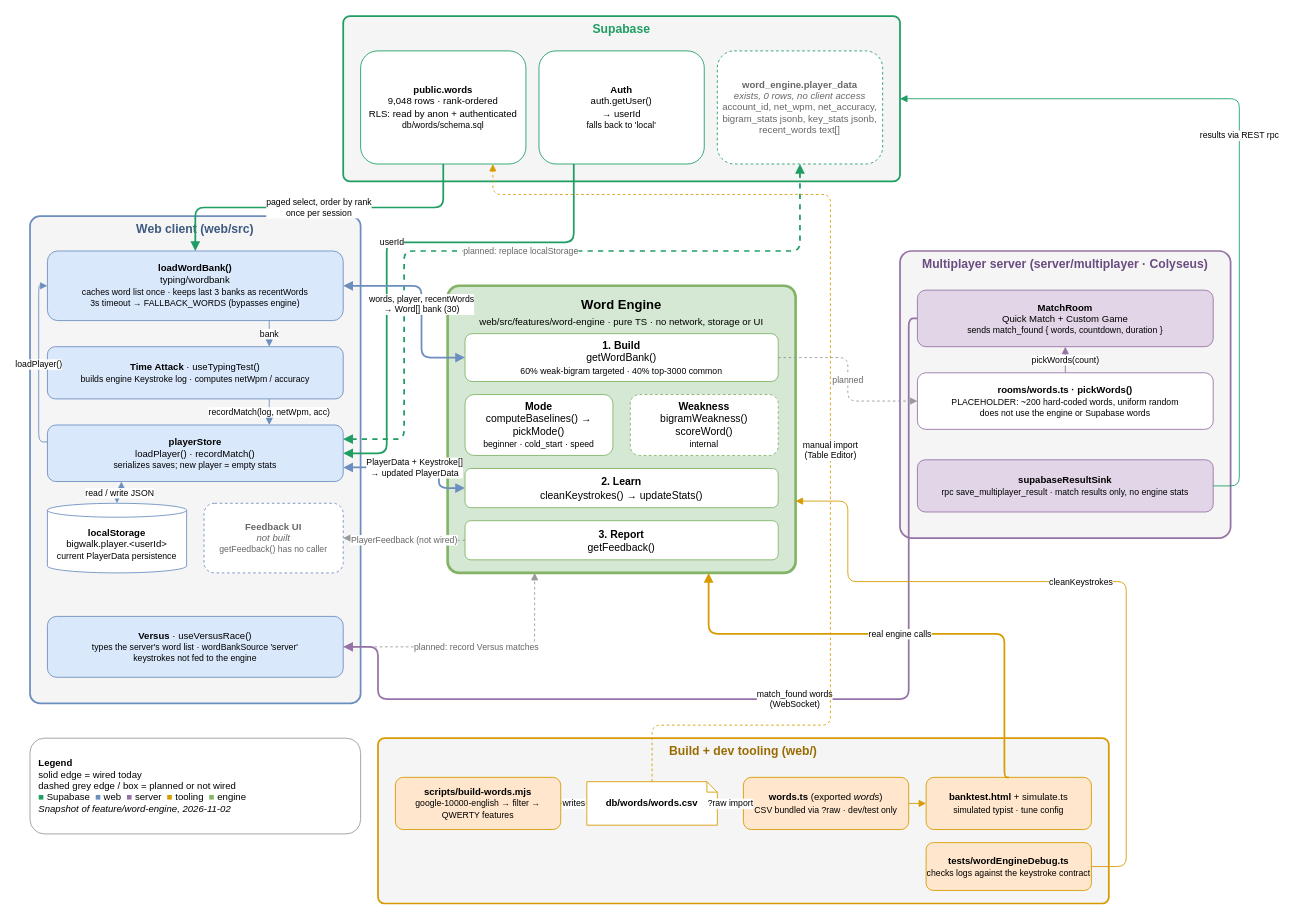
Earlier version of the draw.io diagram src/features/word-engine/word-engine-context.drawio (BigWalkGames/BigWalkProject). Source tidied: cells renumbered, new cells numbered last; positions are measured from the earlier drawing's top-left corner, leaving out a move shared by most shapes. Both pictures are drawn from the tidied source at 87%, with x=0, y=0 at pixel (30, 16).
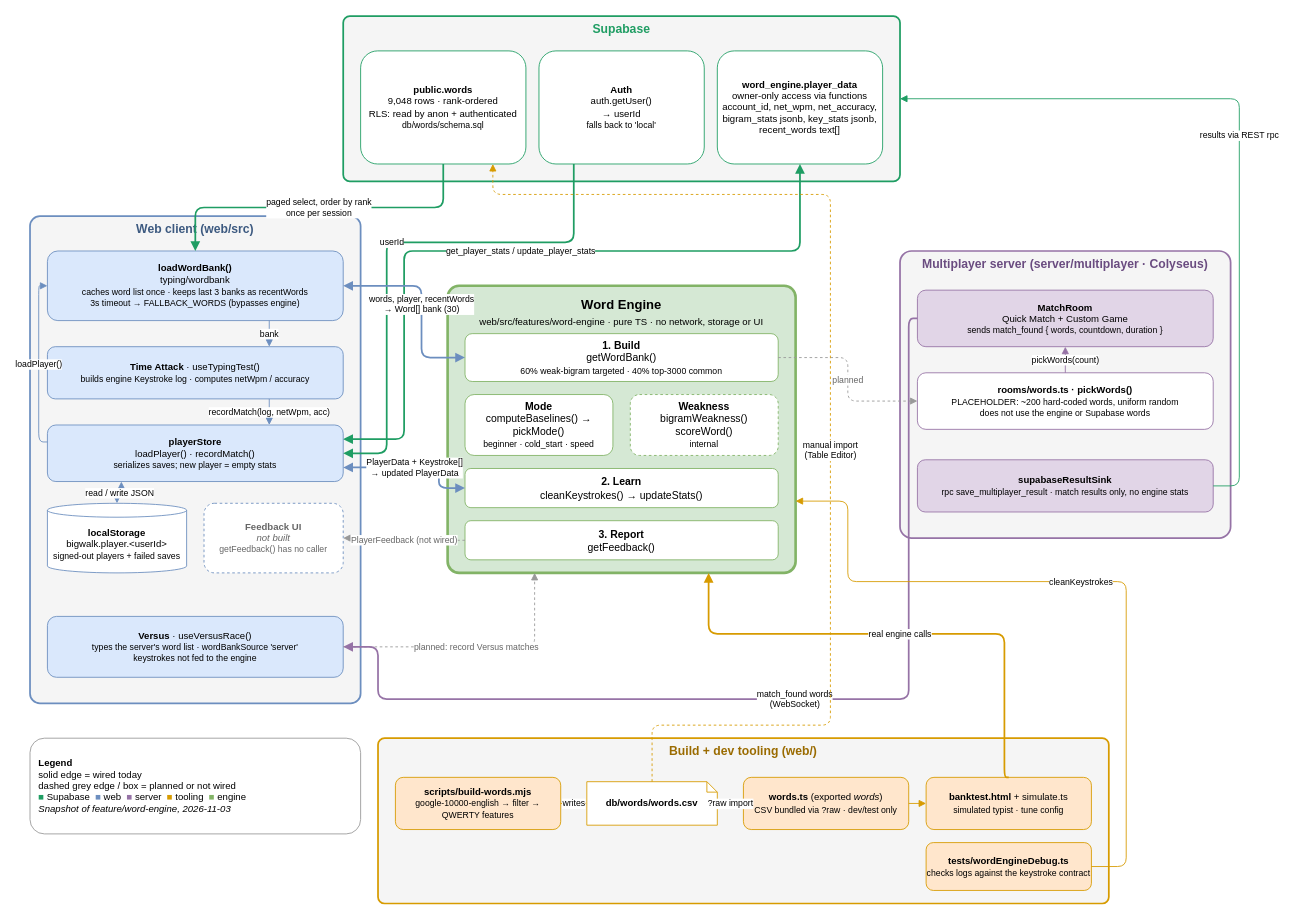
After the change.

Commit message (it also covers changes not shown here):
Members' net statistics now save to Supabase

Unchanged cells that the change refers to:
```xml
<mxCell id="8" value="Supabase" style="rounded=1;whiteSpace=wrap;html=1;arcSize=4;fillColor=#f5f5f5;strokeColor=#1F9D63;strokeWidth=2;verticalAlign=top;fontStyle=1;fontSize=14;fontColor=#1F9D63;" parent="1" vertex="1">
  <mxGeometry x="360" width="640" height="190" as="geometry" />
</mxCell>
<mxCell id="12" value="Web client (web/src)" style="rounded=1;whiteSpace=wrap;html=1;arcSize=3;fillColor=#f5f5f5;strokeColor=#6c8ebf;strokeWidth=2;verticalAlign=top;fontStyle=1;fontSize=14;fontColor=#3d5a80;" parent="1" vertex="1">
  <mxGeometry y="230" width="380" height="560" as="geometry" />
</mxCell>
<mxCell id="15" value="&lt;b&gt;playerStore&lt;/b&gt;&lt;br&gt;loadPlayer() · recordMatch()&lt;br&gt;&lt;font style=&quot;font-size:10px&quot;&gt;serializes saves; new player = empty stats&lt;/font&gt;" style="rounded=1;whiteSpace=wrap;html=1;fillColor=#dae8fc;strokeColor=#6c8ebf;fontSize=11;" parent="12" vertex="1">
  <mxGeometry x="20" y="240" width="340" height="65" as="geometry" />
</mxCell>
```

Diff of the diagram source:
```diff
@@
-    <mxCell id="11" value="&lt;b&gt;word_engine.player_data&lt;/b&gt;&lt;br&gt;&lt;i&gt;exists, 0 rows, no client access&lt;/i&gt;&lt;br&gt;account_id, net_wpm, net_accuracy,&lt;br&gt;bigram_stats jsonb, key_stats jsonb,&lt;br&gt;recent_words text[]" style="rounded=1;whiteSpace=wrap;html=1;fillColor=#ffffff;strokeColor=#1F9D63;fontSize=11;dashed=1;fontColor=#666666;" parent="8" vertex="1">
+    <mxCell id="11" value="&lt;b&gt;word_engine.player_data&lt;/b&gt;&lt;br&gt;owner-only access via functions&lt;br&gt;account_id, net_wpm, net_accuracy,&lt;br&gt;bigram_stats jsonb, key_stats jsonb,&lt;br&gt;recent_words text[]" style="rounded=1;whiteSpace=wrap;html=1;fillColor=#ffffff;strokeColor=#1F9D63;fontSize=11;" parent="8" vertex="1">
       <mxGeometry x="430" y="40" width="190" height="130" as="geometry" />
     </mxCell>
@@
-    <mxCell id="16" value="&lt;b&gt;localStorage&lt;/b&gt;&lt;br&gt;bigwalk.player.&amp;lt;userId&amp;gt;&lt;br&gt;&lt;font style=&quot;font-size:10px&quot;&gt;current PlayerData persistence&lt;/font&gt;" style="shape=cylinder3;whiteSpace=wrap;html=1;boundedLbl=1;backgroundOutline=1;size=8;fillColor=#ffffff;strokeColor=#6c8ebf;fontSize=11;" parent="12" vertex="1">
+    <mxCell id="16" value="&lt;b&gt;localStorage&lt;/b&gt;&lt;br&gt;bigwalk.player.&amp;lt;userId&amp;gt;&lt;br&gt;&lt;font style=&quot;font-size:10px&quot;&gt;signed-out players + failed saves&lt;/font&gt;" style="shape=cylinder3;whiteSpace=wrap;html=1;boundedLbl=1;backgroundOutline=1;size=8;fillColor=#ffffff;strokeColor=#6c8ebf;fontSize=11;" parent="12" vertex="1">
       <mxGeometry x="20" y="330" width="160" height="80" as="geometry" />
     </mxCell>
@@
-    <mxCell id="31" value="planned: replace localStorage" style="edgeStyle=orthogonalEdgeStyle;rounded=1;html=1;endArrow=block;startArrow=block;dashed=1;strokeColor=#1F9D63;strokeWidth=2;fontSize=10;labelBackgroundColor=#ffffff;fontColor=#666666;exitX=0.5;exitY=1;entryX=1;entryY=0.25;" parent="1" edge="1" source="11" target="15">
+    <mxCell id="31" value="get_player_stats / update_player_stats" style="edgeStyle=orthogonalEdgeStyle;rounded=1;html=1;endArrow=block;startArrow=block;strokeColor=#1F9D63;strokeWidth=2;fontSize=10;labelBackgroundColor=#ffffff;exitX=0.5;exitY=1;entryX=1;entryY=0.25;" parent="1" edge="1" source="11" target="15">
       <mxGeometry relative="1" as="geometry">
         <Array as="points">
           <mxPoint x="885" y="270" />
           <mxPoint x="430" y="270" />
           <mxPoint x="430" y="486" />
         </Array>
       </mxGeometry>
     </mxCell>
@@
-    <mxCell id="50" value="&lt;b&gt;Legend&lt;/b&gt;&lt;br&gt;solid edge = wired today&lt;br&gt;dashed grey edge / box = planned or not wired&lt;br&gt;&lt;span style=&quot;color:#1F9D63&quot;&gt;■&lt;/span&gt; Supabase &amp;nbsp;&lt;span style=&quot;color:#6c8ebf&quot;&gt;■&lt;/span&gt; web &amp;nbsp;&lt;span style=&quot;color:#9673a6&quot;&gt;■&lt;/span&gt; server &amp;nbsp;&lt;span style=&quot;color:#d79b00&quot;&gt;■&lt;/span&gt; tooling &amp;nbsp;&lt;span style=&quot;color:#82b366&quot;&gt;■&lt;/span&gt; engine&lt;br&gt;&lt;i&gt;Snapshot of feature/word-engine, 2026-11-02&lt;/i&gt;" style="rounded=1;whiteSpace=wrap;html=1;fillColor=#ffffff;strokeColor=#999999;align=left;spacingLeft=8;fontSize=11;" parent="1" vertex="1">
+    <mxCell id="50" value="&lt;b&gt;Legend&lt;/b&gt;&lt;br&gt;solid edge = wired today&lt;br&gt;dashed grey edge / box = planned or not wired&lt;br&gt;&lt;span style=&quot;color:#1F9D63&quot;&gt;■&lt;/span&gt; Supabase &amp;nbsp;&lt;span style=&quot;color:#6c8ebf&quot;&gt;■&lt;/span&gt; web &amp;nbsp;&lt;span style=&quot;color:#9673a6&quot;&gt;■&lt;/span&gt; server &amp;nbsp;&lt;span style=&quot;color:#d79b00&quot;&gt;■&lt;/span&gt; tooling &amp;nbsp;&lt;span style=&quot;color:#82b366&quot;&gt;■&lt;/span&gt; engine&lt;br&gt;&lt;i&gt;Snapshot of feature/word-engine, 2026-11-03&lt;/i&gt;" style="rounded=1;whiteSpace=wrap;html=1;fillColor=#ffffff;strokeColor=#999999;align=left;spacingLeft=8;fontSize=11;" parent="1" vertex="1">
       <mxGeometry y="830" width="380" height="110" as="geometry" />
     </mxCell>
```
